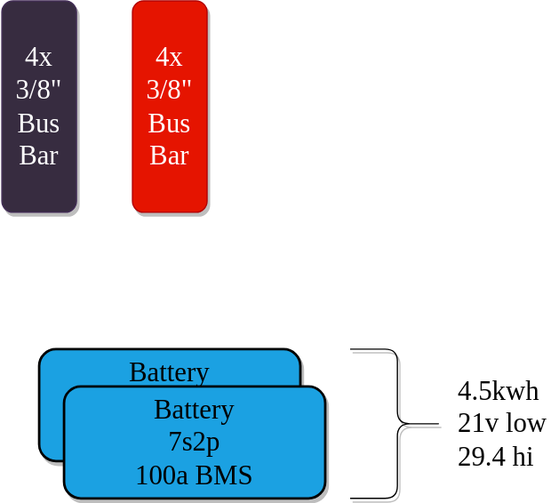
Before: gary-bussy-electrical.drawio.svg, a diagram exported from draw.io (clomads/gary-bussy). Source tidied: cells renumbered, new cells last; positions are measured from the earlier drawing's top-left corner, leaving out a move shared by most shapes.
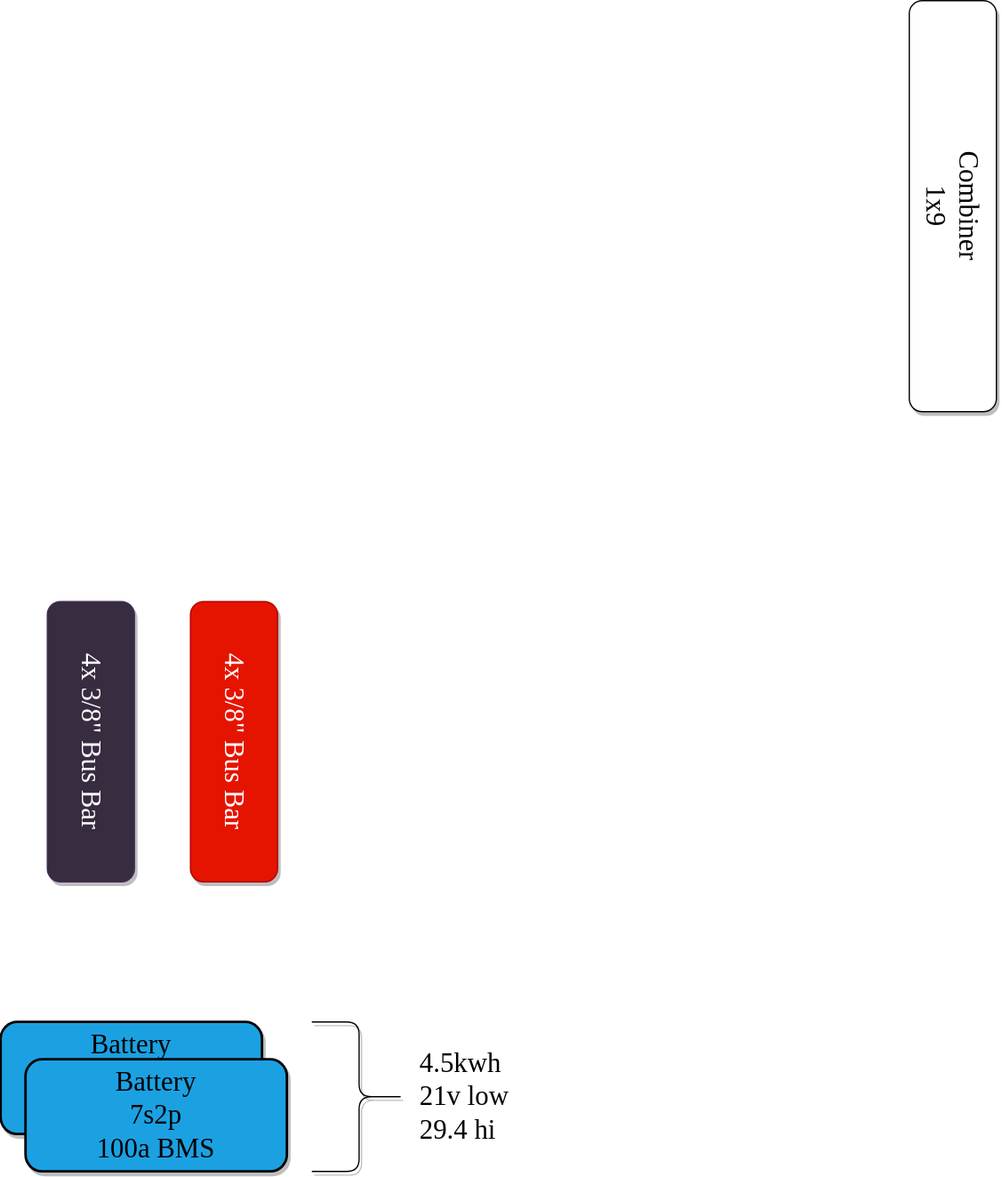
Above is the later version.

Commit message:
fix alignments and test URLs with rando part

What changed in the source:
```diff
@@ -11,11 +11,14 @@
     <mxCell id="4" value="4.5kwh&lt;br&gt;21v low&lt;br&gt;29.4 hi&amp;nbsp;&amp;nbsp;" style="shape=curlyBracket;whiteSpace=wrap;html=1;rounded=1;flipH=1;labelPosition=right;verticalLabelPosition=middle;align=left;verticalAlign=middle;shadow=1;sketch=0;fontFamily=League Spartan;fontSource=https%3A%2F%2Ffonts.googleapis.com%2Fcss%3Ffamily%3DLeague%2BSpartan;fontSize=22;spacingLeft=9;" parent="1" vertex="1">
       <mxGeometry x="280" y="280" width="76" height="120" as="geometry" />
     </mxCell>
-    <mxCell id="5" value="4x 3/8&quot; Bus Bar" style="rounded=1;whiteSpace=wrap;html=1;shadow=1;sketch=0;fontFamily=League Spartan;fontSource=https%3A%2F%2Ffonts.googleapis.com%2Fcss%3Ffamily%3DLeague%2BSpartan;fontSize=22;direction=south;fillColor=#e51400;strokeColor=#B20000;fontColor=#ffffff;" parent="1" vertex="1">
-      <mxGeometry x="105" width="60" height="170" as="geometry" />
+    <mxCell id="5" value="4x 3/8&quot; Bus Bar" style="rounded=1;whiteSpace=wrap;html=1;shadow=1;sketch=0;fontFamily=League Spartan;fontSource=https%3A%2F%2Ffonts.googleapis.com%2Fcss%3Ffamily%3DLeague%2BSpartan;fontSize=22;direction=south;fillColor=#e51400;strokeColor=#B20000;fontColor=#ffffff;rotation=90;" parent="1" vertex="1">
+      <mxGeometry x="105" y="20" width="225" height="70" as="geometry" />
     </mxCell>
+    <mxCell id="7" value="Combiner&lt;br&gt;1x9" style="rounded=1;whiteSpace=wrap;html=1;shadow=1;sketch=0;fontFamily=League Spartan;fontSource=https%3A%2F%2Ffonts.googleapis.com%2Fcss%3Ffamily%3DLeague%2BSpartan;fontSize=22;rotation=90;" parent="1" vertex="1">
+      <mxGeometry x="630" y="-410" width="330" height="70" as="geometry" />
+    </mxCell>
-    <mxCell id="6" value="4x 3/8&quot; Bus Bar" style="rounded=1;whiteSpace=wrap;html=1;shadow=1;sketch=0;fontFamily=League Spartan;fontSource=https%3A%2F%2Ffonts.googleapis.com%2Fcss%3Ffamily%3DLeague%2BSpartan;fontSize=22;direction=south;fillColor=#372C40;strokeColor=#432D57;fontColor=#ffffff;" parent="1" vertex="1">
-      <mxGeometry width="60" height="170" as="geometry" />
+    <mxCell id="6" value="4x 3/8&quot; Bus Bar" style="rounded=1;whiteSpace=wrap;html=1;shadow=1;sketch=0;fontFamily=League Spartan;fontSource=https%3A%2F%2Ffonts.googleapis.com%2Fcss%3Ffamily%3DLeague%2BSpartan;fontSize=22;direction=south;fillColor=#372C40;strokeColor=#432D57;fontColor=#ffffff;rotation=90;" parent="1" vertex="1">
+      <mxGeometry x="-10" y="20" width="225" height="70" as="geometry" />
     </mxCell>
   </root>
 </mxGraphModel>
```
